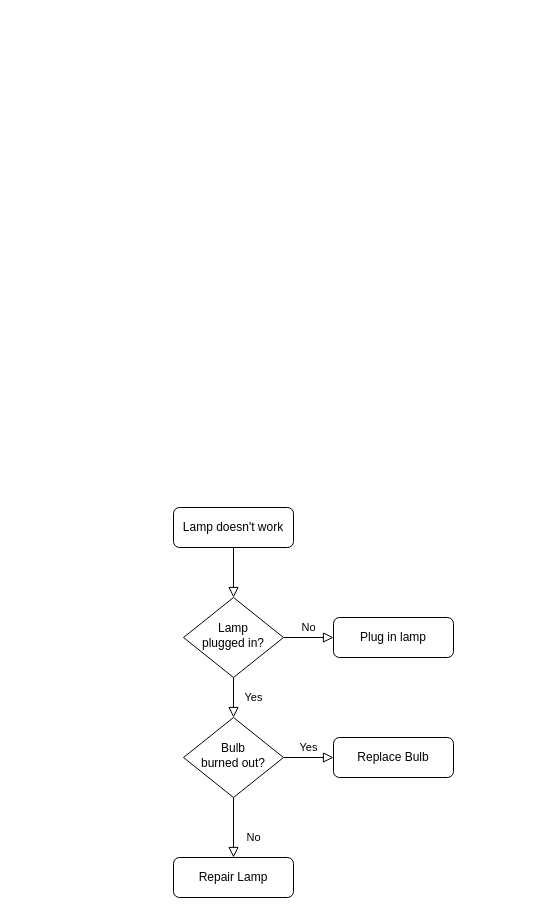
The draw.io diagram Untitled Diagram.drawio in seokmin-l/seokmin-l.github.com, before the edit. Source tidied: cells renumbered, new cells numbered last; positions are measured from the earlier drawing's top-left corner, leaving out a move shared by most shapes. Both pictures are drawn from the tidied source at 100%, with x=0, y=0 at pixel (173, 507).
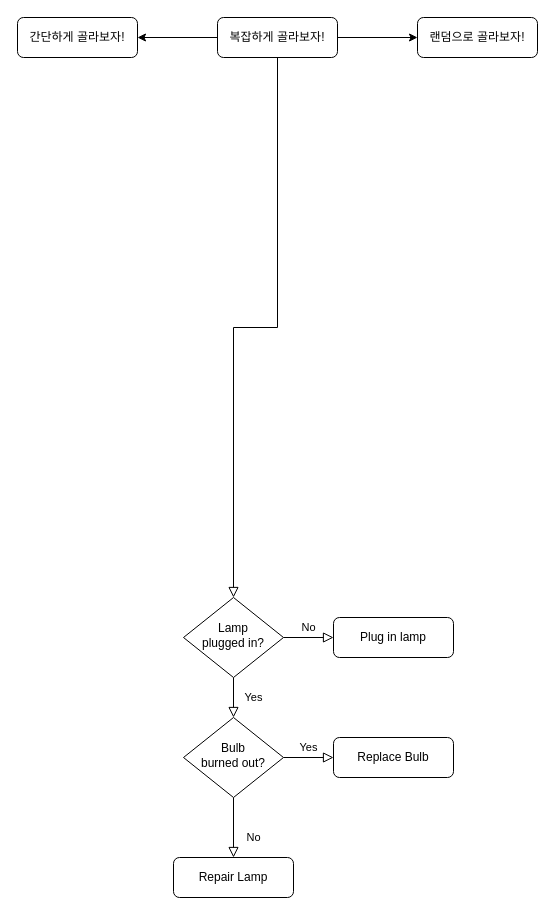
The same page after the edit.

Change to the diagram source:
```diff
@@
 <mxGraphModel>
   <root>
     <mxCell id="0" />
     <mxCell id="1" parent="0" />
     <mxCell id="2" style="rounded=0;html=1;jettySize=auto;fontSize=11;endArrow=block;endFill=0;endSize=8;strokeWidth=1;shadow=0;labelBackgroundColor=none;edgeStyle=orthogonalEdgeStyle;" parent="1" edge="1" source="3" target="6">
       <mxGeometry relative="1" as="geometry" />
     </mxCell>
+    <mxCell id="13" style="edgeStyle=orthogonalEdgeStyle;rounded=0;jettySize=auto;html=1;" parent="1" edge="1" source="3" target="15">
+      <mxGeometry relative="1" as="geometry" />
+    </mxCell>
+    <mxCell id="14" style="edgeStyle=orthogonalEdgeStyle;rounded=0;jettySize=auto;html=1;" parent="1" edge="1" source="3" target="16">
+      <mxGeometry relative="1" as="geometry" />
+    </mxCell>
-    <mxCell id="3" value="Lamp doesn't work" style="rounded=1;whiteSpace=wrap;html=1;fontSize=12;glass=0;strokeWidth=1;shadow=0;" parent="1" vertex="1">
-      <mxGeometry width="120" height="40" as="geometry" />
+    <mxCell id="3" value="복잡하게 골라보자!" style="rounded=1;whiteSpace=wrap;html=1;fontSize=12;glass=0;strokeWidth=1;shadow=0;" parent="1" vertex="1">
+      <mxGeometry x="44" y="-490" width="120" height="40" as="geometry" />
     </mxCell>
     <mxCell id="4" value="Yes" style="rounded=0;html=1;jettySize=auto;fontSize=11;endArrow=block;endFill=0;endSize=8;strokeWidth=1;shadow=0;labelBackgroundColor=none;edgeStyle=orthogonalEdgeStyle;" parent="1" edge="1" source="6" target="10">
       <mxGeometry y="20" relative="1" as="geometry" />
     </mxCell>
     <mxCell id="5" value="No" style="edgeStyle=orthogonalEdgeStyle;rounded=0;html=1;jettySize=auto;fontSize=11;endArrow=block;endFill=0;endSize=8;strokeWidth=1;shadow=0;labelBackgroundColor=none;" parent="1" edge="1" source="6" target="7">
       <mxGeometry y="10" relative="1" as="geometry" />
     </mxCell>
     <mxCell id="6" value="Lamp&lt;br&gt;plugged in?" style="rhombus;whiteSpace=wrap;html=1;shadow=0;fontFamily=Helvetica;fontSize=12;align=center;strokeWidth=1;spacing=6;spacingTop=-4;" parent="1" vertex="1">
       <mxGeometry x="10" y="90" width="100" height="80" as="geometry" />
     </mxCell>
     <mxCell id="7" value="Plug in lamp" style="rounded=1;whiteSpace=wrap;html=1;fontSize=12;glass=0;strokeWidth=1;shadow=0;" parent="1" vertex="1">
       <mxGeometry x="160" y="110" width="120" height="40" as="geometry" />
     </mxCell>
     <mxCell id="8" value="No" style="rounded=0;html=1;jettySize=auto;fontSize=11;endArrow=block;endFill=0;endSize=8;strokeWidth=1;shadow=0;labelBackgroundColor=none;edgeStyle=orthogonalEdgeStyle;" parent="1" edge="1" source="10" target="11">
       <mxGeometry x="0.33" y="20" relative="1" as="geometry" />
     </mxCell>
     <mxCell id="9" value="Yes" style="edgeStyle=orthogonalEdgeStyle;rounded=0;html=1;jettySize=auto;fontSize=11;endArrow=block;endFill=0;endSize=8;strokeWidth=1;shadow=0;labelBackgroundColor=none;" parent="1" edge="1" source="10" target="12">
       <mxGeometry y="10" relative="1" as="geometry" />
     </mxCell>
     <mxCell id="10" value="Bulb&lt;br&gt;burned out?" style="rhombus;whiteSpace=wrap;html=1;shadow=0;fontFamily=Helvetica;fontSize=12;align=center;strokeWidth=1;spacing=6;spacingTop=-4;" parent="1" vertex="1">
       <mxGeometry x="10" y="210" width="100" height="80" as="geometry" />
     </mxCell>
     <mxCell id="11" value="Repair Lamp" style="rounded=1;whiteSpace=wrap;html=1;fontSize=12;glass=0;strokeWidth=1;shadow=0;" parent="1" vertex="1">
       <mxGeometry y="350" width="120" height="40" as="geometry" />
     </mxCell>
     <mxCell id="12" value="Replace Bulb" style="rounded=1;whiteSpace=wrap;html=1;fontSize=12;glass=0;strokeWidth=1;shadow=0;" parent="1" vertex="1">
       <mxGeometry x="160" y="230" width="120" height="40" as="geometry" />
     </mxCell>
+    <mxCell id="15" value="간단하게 골라보자!" style="rounded=1;whiteSpace=wrap;html=1;fontSize=12;glass=0;strokeWidth=1;shadow=0;" parent="1" vertex="1">
+      <mxGeometry x="-156" y="-490" width="120" height="40" as="geometry" />
+    </mxCell>
+    <mxCell id="16" value="랜덤으로 골라보자!" style="rounded=1;whiteSpace=wrap;html=1;fontSize=12;glass=0;strokeWidth=1;shadow=0;" parent="1" vertex="1">
+      <mxGeometry x="244" y="-490" width="120" height="40" as="geometry" />
+    </mxCell>
   </root>
 </mxGraphModel>
```
